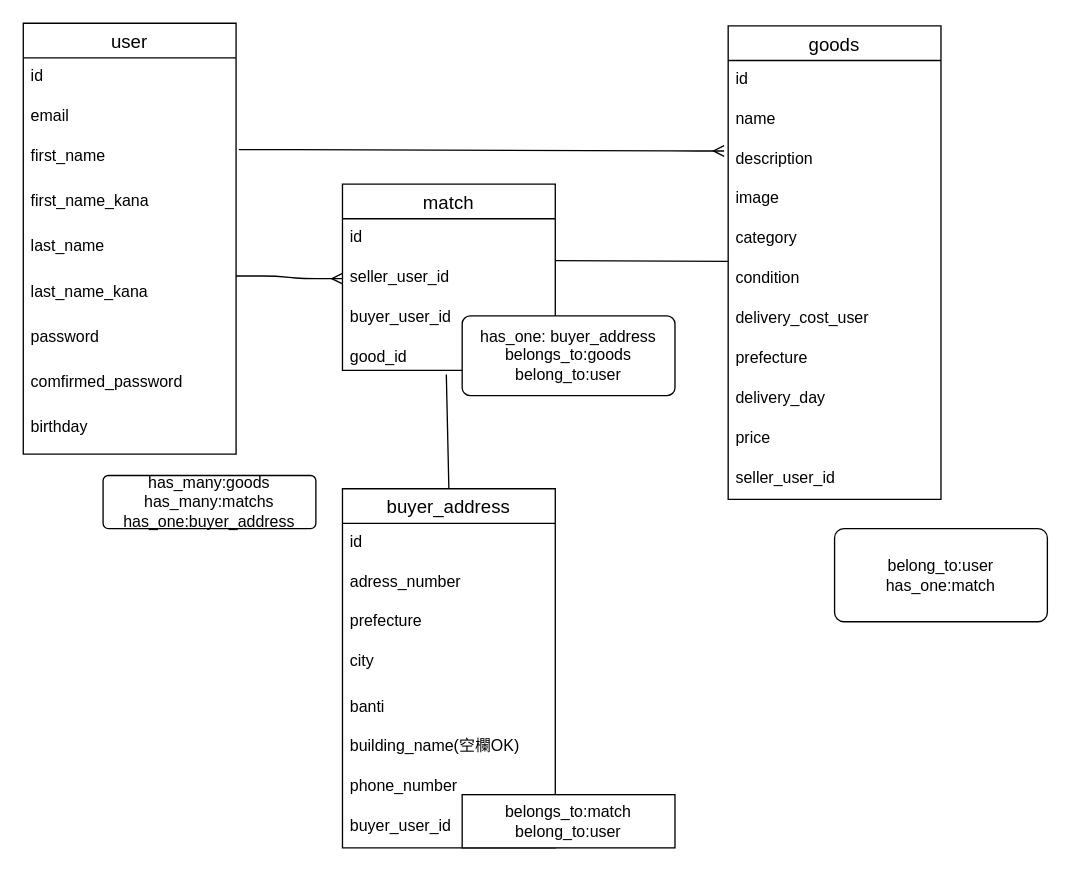
This is ER .dio from harukicode0/furima-38090, a draw.io file, before an edit. Source tidied: cells renumbered, new cells numbered last; positions are measured from the earlier drawing's top-left corner, leaving out a move shared by most shapes. Both pictures are drawn from the tidied source at 133%, with x=0, y=0 at pixel (23, 23).
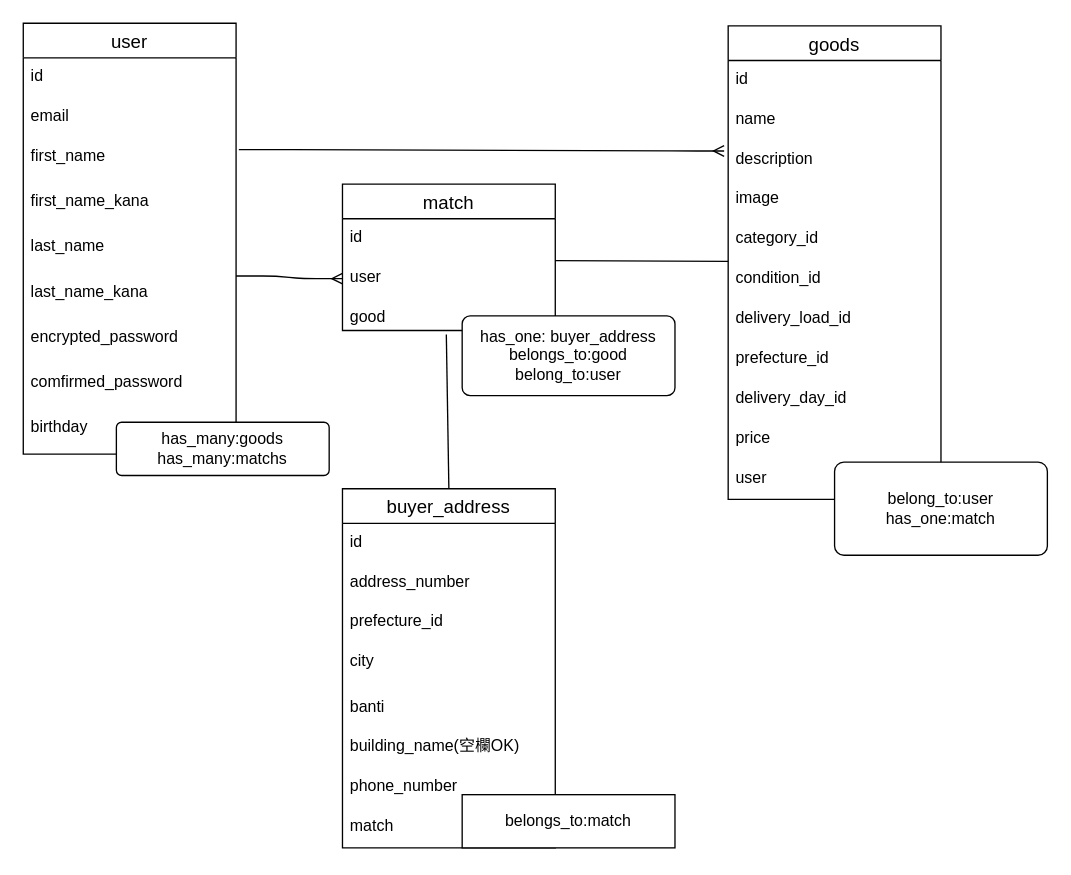
Above is the later version.

Unchanged cells that the change refers to:
```xml
<mxCell id="2" value="user" style="swimlane;fontStyle=0;horizontal=1;startSize=26;align=center;fontSize=14;swimlaneLine=1;" parent="1" vertex="1">
  <mxGeometry width="160" height="324" as="geometry" />
</mxCell>
<mxCell id="12" value="goods" style="swimlane;fontStyle=0;horizontal=1;startSize=26;align=center;fontSize=14;" parent="1" vertex="1">
  <mxGeometry x="530" y="2" width="160" height="356" as="geometry" />
</mxCell>
<mxCell id="29" value="buyer_address" style="swimlane;fontStyle=0;horizontal=1;startSize=26;align=center;fontSize=14;" parent="1" vertex="1">
  <mxGeometry x="240" y="350" width="160" height="270" as="geometry" />
</mxCell>
```

What changed in the source:
```diff
@@
-    <mxCell id="9" value="password" style="text;strokeColor=none;fillColor=none;spacingLeft=4;spacingRight=4;overflow=hidden;fontSize=12;" parent="2" vertex="1">
+    <mxCell id="9" value="encrypted_password" style="text;strokeColor=none;fillColor=none;spacingLeft=4;spacingRight=4;overflow=hidden;fontSize=12;" parent="2" vertex="1">
       <mxGeometry y="222" width="160" height="34" as="geometry" />
     </mxCell>
@@
-    <mxCell id="17" value="category" style="text;strokeColor=none;fillColor=none;spacingLeft=4;spacingRight=4;overflow=hidden;fontSize=12;" parent="12" vertex="1">
+    <mxCell id="17" value="category_id" style="text;strokeColor=none;fillColor=none;spacingLeft=4;spacingRight=4;overflow=hidden;fontSize=12;" parent="12" vertex="1">
       <mxGeometry y="146" width="160" height="30" as="geometry" />
     </mxCell>
-    <mxCell id="18" value="condition" style="text;strokeColor=none;fillColor=none;spacingLeft=4;spacingRight=4;overflow=hidden;fontSize=12;" parent="12" vertex="1">
+    <mxCell id="18" value="condition_id" style="text;strokeColor=none;fillColor=none;spacingLeft=4;spacingRight=4;overflow=hidden;fontSize=12;" parent="12" vertex="1">
       <mxGeometry y="176" width="160" height="30" as="geometry" />
     </mxCell>
-    <mxCell id="19" value="delivery_cost_user" style="text;strokeColor=none;fillColor=none;spacingLeft=4;spacingRight=4;overflow=hidden;fontSize=12;" parent="12" vertex="1">
+    <mxCell id="19" value="delivery_load_id" style="text;strokeColor=none;fillColor=none;spacingLeft=4;spacingRight=4;overflow=hidden;fontSize=12;" parent="12" vertex="1">
       <mxGeometry y="206" width="160" height="30" as="geometry" />
     </mxCell>
-    <mxCell id="20" value="prefecture" style="text;strokeColor=none;fillColor=none;spacingLeft=4;spacingRight=4;overflow=hidden;fontSize=12;" parent="12" vertex="1">
+    <mxCell id="20" value="prefecture_id" style="text;strokeColor=none;fillColor=none;spacingLeft=4;spacingRight=4;overflow=hidden;fontSize=12;" parent="12" vertex="1">
       <mxGeometry y="236" width="160" height="30" as="geometry" />
     </mxCell>
-    <mxCell id="21" value="delivery_day" style="text;strokeColor=none;fillColor=none;spacingLeft=4;spacingRight=4;overflow=hidden;fontSize=12;" parent="12" vertex="1">
+    <mxCell id="21" value="delivery_day_id" style="text;strokeColor=none;fillColor=none;spacingLeft=4;spacingRight=4;overflow=hidden;fontSize=12;" parent="12" vertex="1">
       <mxGeometry y="266" width="160" height="30" as="geometry" />
     </mxCell>
@@
-    <mxCell id="23" value="seller_user_id" style="text;strokeColor=none;fillColor=none;spacingLeft=4;spacingRight=4;overflow=hidden;fontSize=12;" parent="12" vertex="1">
+    <mxCell id="23" value="user" style="text;strokeColor=none;fillColor=none;spacingLeft=4;spacingRight=4;overflow=hidden;fontSize=12;" parent="12" vertex="1">
       <mxGeometry y="326" width="160" height="30" as="geometry" />
     </mxCell>
     <mxCell id="24" value="match" style="swimlane;fontStyle=0;horizontal=1;startSize=26;align=center;fontSize=14;" parent="1" vertex="1">
-      <mxGeometry x="240" y="121" width="160" height="140" as="geometry" />
+      <mxGeometry x="240" y="121" width="160" height="110" as="geometry" />
     </mxCell>
@@
-    <mxCell id="26" value="seller_user_id" style="text;strokeColor=none;fillColor=none;spacingLeft=4;spacingRight=4;overflow=hidden;points=[[0,0.5],[1,0.5]];portConstraint=eastwest;fontSize=12;" parent="24" vertex="1">
-      <mxGeometry y="56" width="160" height="30" as="geometry" />
-    </mxCell>
-    <mxCell id="27" value="buyer_user_id" style="text;strokeColor=none;fillColor=none;spacingLeft=4;spacingRight=4;overflow=hidden;fontSize=12;" parent="24" vertex="1">
-      <mxGeometry y="86" width="160" height="30" as="geometry" />
+    <mxCell id="27" value="user" style="text;strokeColor=none;fillColor=none;spacingLeft=4;spacingRight=4;overflow=hidden;fontSize=12;" parent="24" vertex="1">
+      <mxGeometry y="56" width="160" height="30" as="geometry" />
     </mxCell>
-    <mxCell id="28" value="good_id" style="text;strokeColor=none;fillColor=none;spacingLeft=4;spacingRight=4;overflow=hidden;points=[[0,0.5],[1,0.5]];portConstraint=eastwest;fontSize=12;" parent="24" vertex="1">
-      <mxGeometry y="116" width="160" height="24" as="geometry" />
+    <mxCell id="28" value="good" style="text;strokeColor=none;fillColor=none;spacingLeft=4;spacingRight=4;overflow=hidden;points=[[0,0.5],[1,0.5]];portConstraint=eastwest;fontSize=12;" parent="24" vertex="1">
+      <mxGeometry y="86" width="160" height="24" as="geometry" />
     </mxCell>
@@
-    <mxCell id="31" value="adress_number" style="text;strokeColor=none;fillColor=none;spacingLeft=4;spacingRight=4;overflow=hidden;fontSize=12;" parent="29" vertex="1">
+    <mxCell id="31" value="address_number" style="text;strokeColor=none;fillColor=none;spacingLeft=4;spacingRight=4;overflow=hidden;fontSize=12;" parent="29" vertex="1">
       <mxGeometry y="56" width="160" height="30" as="geometry" />
     </mxCell>
-    <mxCell id="32" value="prefecture" style="text;strokeColor=none;fillColor=none;spacingLeft=4;spacingRight=4;overflow=hidden;fontSize=12;" parent="29" vertex="1">
+    <mxCell id="32" value="prefecture_id" style="text;strokeColor=none;fillColor=none;spacingLeft=4;spacingRight=4;overflow=hidden;fontSize=12;" parent="29" vertex="1">
       <mxGeometry y="86" width="160" height="30" as="geometry" />
     </mxCell>
@@
-    <mxCell id="37" value="buyer_user_id" style="text;strokeColor=none;fillColor=none;spacingLeft=4;spacingRight=4;overflow=hidden;fontSize=12;" parent="29" vertex="1">
+    <mxCell id="37" value="match" style="text;strokeColor=none;fillColor=none;spacingLeft=4;spacingRight=4;overflow=hidden;fontSize=12;" parent="29" vertex="1">
       <mxGeometry y="240" width="160" height="30" as="geometry" />
     </mxCell>
-    <mxCell id="38" value="belongs_to:match&lt;br&gt;belong_to:user" style="whiteSpace=wrap;html=1;align=center;" parent="1" vertex="1">
+    <mxCell id="38" value="belongs_to:match" style="whiteSpace=wrap;html=1;align=center;" parent="1" vertex="1">
       <mxGeometry x="330" y="580" width="160" height="40" as="geometry" />
     </mxCell>
-    <mxCell id="39" value="has_many:goods&lt;br&gt;has_many:matchs&lt;br&gt;has_one:buyer_address" style="rounded=1;arcSize=10;whiteSpace=wrap;html=1;align=center;" parent="1" vertex="1">
-      <mxGeometry x="60" y="340" width="160" height="40" as="geometry" />
-    </mxCell>
     <mxCell id="40" value="belong_to:user&lt;br&gt;has_one:match" style="rounded=1;arcSize=10;whiteSpace=wrap;html=1;align=center;" parent="1" vertex="1">
-      <mxGeometry x="610" y="380" width="160" height="70" as="geometry" />
+      <mxGeometry x="610" y="330" width="160" height="70" as="geometry" />
     </mxCell>
-    <mxCell id="41" value="has_one: buyer_address&lt;br&gt;belongs_to:goods&lt;br&gt;belong_to:user" style="rounded=1;arcSize=10;whiteSpace=wrap;html=1;align=center;" parent="1" vertex="1">
+    <mxCell id="41" value="has_one: buyer_address&lt;br&gt;belongs_to:good&lt;br&gt;belong_to:user" style="rounded=1;arcSize=10;whiteSpace=wrap;html=1;align=center;" parent="1" vertex="1">
       <mxGeometry x="330" y="220" width="160" height="60" as="geometry" />
     </mxCell>
-    <mxCell id="42" style="edgeStyle=entityRelationEdgeStyle;fontSize=12;html=1;endArrow=ERmany;entryX=0;entryY=0.5;entryDx=0;entryDy=0;" parent="1" edge="1" target="26">
+    <mxCell id="42" style="edgeStyle=entityRelationEdgeStyle;fontSize=12;html=1;endArrow=ERmany;entryX=0;entryY=0.5;entryDx=0;entryDy=0;" parent="1" edge="1">
       <mxGeometry relative="1" as="geometry">
         <mxPoint x="160" y="190" as="sourcePoint" />
+        <mxPoint x="240" y="192" as="targetPoint" />
       </mxGeometry>
     </mxCell>
@@
+    <mxCell id="39" value="has_many:goods&lt;br&gt;has_many:matchs" style="rounded=1;arcSize=10;whiteSpace=wrap;html=1;align=center;" parent="1" vertex="1">
+      <mxGeometry x="70" y="300" width="160" height="40" as="geometry" />
+    </mxCell>
```
